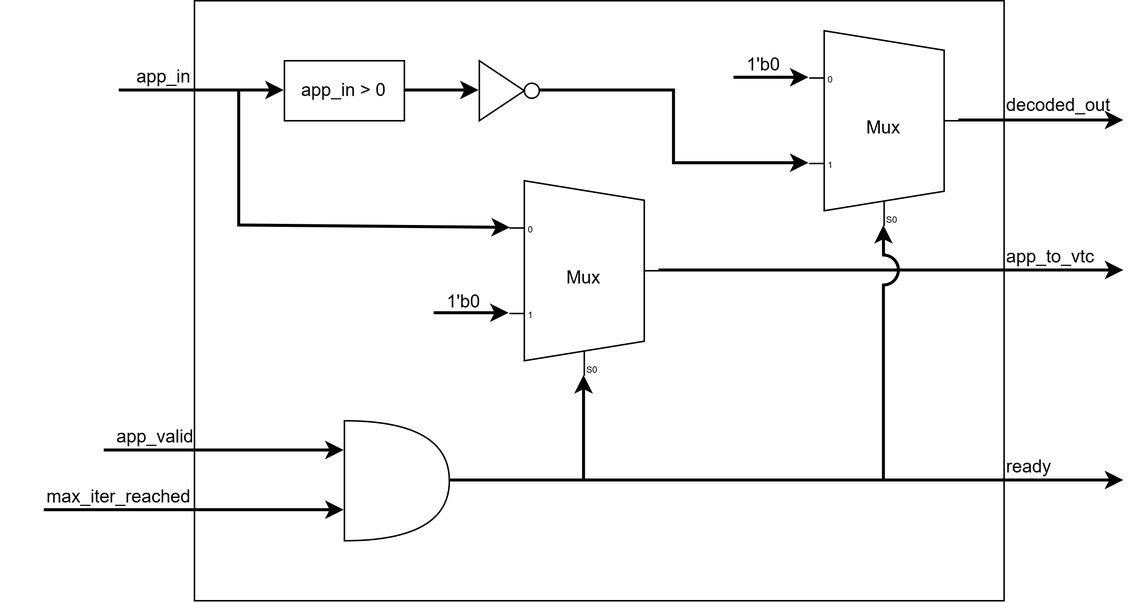
Jacksurfer2005/SummerInternshipPorject keeps this draw.io diagram as images/Operating Mode Selection.png. Above is the earlier version. Source tidied: cells renumbered, new cells last; positions are measured from the earlier drawing's top-left corner, leaving out a move shared by most shapes. Its diagram source:
```xml
<mxGraphModel>
  <root>
    <mxCell id="0" />
    <mxCell id="1" parent="0" />
    <mxCell id="2" style="edgeStyle=orthogonalEdgeStyle;shape=connector;rounded=0;jettySize=auto;html=1;strokeColor=default;strokeWidth=2;align=center;verticalAlign=middle;fontFamily=Helvetica;fontSize=12;fontColor=default;labelBackgroundColor=default;endArrow=classic;" parent="1" edge="1" source="3">
      <mxGeometry relative="1" as="geometry">
        <mxPoint x="750" y="320" as="targetPoint" />
      </mxGeometry>
    </mxCell>
    <mxCell id="3" style="shape=or;whiteSpace=wrap;html=1;shapeInside=1;fillColor=none;" parent="1" vertex="1">
      <mxGeometry x="230" y="280" width="70" height="80" as="geometry" />
    </mxCell>
    <mxCell id="4" value="app_valid" style="text;whiteSpace=wrap;html=1;align=right;verticalAlign=top;spacing=0;spacingBottom=1;spacingTop=-1;" parent="1" vertex="1">
      <mxGeometry x="50" y="280" width="80" height="40" as="geometry" />
    </mxCell>
    <mxCell id="5" value="max_iter_reached" style="text;whiteSpace=wrap;html=1;align=right;verticalAlign=top;spacingTop=-3;" parent="1" vertex="1">
      <mxGeometry y="320" width="130" height="40" as="geometry" />
    </mxCell>
    <mxCell id="6" style="endArrow=classic;html=1;rounded=0;strokeColor=default;strokeWidth=2;align=center;verticalAlign=middle;fontFamily=Helvetica;fontSize=12;fontColor=default;labelBackgroundColor=default;exitX=0.25;exitY=0.5;exitDx=0;exitDy=0;exitPerimeter=0;entryX=0;entryY=0.25;entryDx=0;entryDy=0;entryPerimeter=0;" parent="1" edge="1" source="4" target="3">
      <mxGeometry relative="1" as="geometry" />
    </mxCell>
    <mxCell id="7" style="endArrow=classic;html=1;rounded=0;strokeColor=default;strokeWidth=2;align=center;verticalAlign=middle;fontFamily=Helvetica;fontSize=12;fontColor=default;labelBackgroundColor=default;entryX=0;entryY=0.25;entryDx=0;entryDy=0;entryPerimeter=0;" parent="1" edge="1">
      <mxGeometry relative="1" as="geometry">
        <mxPoint x="30" y="339.8" as="sourcePoint" />
        <mxPoint x="230" y="339.8" as="targetPoint" />
      </mxGeometry>
    </mxCell>
    <mxCell id="8" value="Mux" style="shadow=0;dashed=0;align=center;html=1;strokeWidth=1;shape=mxgraph.electrical.abstract.mux2;whiteSpace=wrap;fillColor=none;" parent="1" vertex="1">
      <mxGeometry x="340" y="120" width="100" height="130" as="geometry" />
    </mxCell>
    <mxCell id="9" style="endArrow=classic;html=1;rounded=0;strokeColor=default;strokeWidth=2;align=center;verticalAlign=middle;fontFamily=Helvetica;fontSize=12;fontColor=default;labelBackgroundColor=default;entryX=0;entryY=0.6576923076923077;entryDx=0;entryDy=3;entryPerimeter=0;" parent="1" edge="1" target="8">
      <mxGeometry relative="1" as="geometry">
        <mxPoint x="290" y="208.5" as="sourcePoint" />
      </mxGeometry>
    </mxCell>
    <mxCell id="10" value="1'b0" style="text;html=1;whiteSpace=wrap;strokeColor=none;fillColor=none;align=center;verticalAlign=middle;rounded=0;spacingTop=-8;" parent="1" vertex="1">
      <mxGeometry x="280" y="190" width="60" height="30" as="geometry" />
    </mxCell>
    <mxCell id="11" style="endArrow=classic;html=1;rounded=0;strokeColor=default;strokeWidth=2;align=center;verticalAlign=middle;fontFamily=Helvetica;fontSize=12;fontColor=default;labelBackgroundColor=default;entryX=0.009;entryY=0.243;entryDx=0;entryDy=0;entryPerimeter=0;" parent="1" edge="1" target="8">
      <mxGeometry relative="1" as="geometry">
        <mxPoint x="160" y="60" as="sourcePoint" />
        <Array as="points">
          <mxPoint x="160" y="110" />
          <mxPoint x="160" y="130" />
          <mxPoint x="160" y="150" />
        </Array>
      </mxGeometry>
    </mxCell>
    <mxCell id="12" value="app_in" style="text;html=1;whiteSpace=wrap;strokeColor=none;fillColor=none;align=right;verticalAlign=middle;rounded=0;spacingTop=-8;" parent="1" vertex="1">
      <mxGeometry x="70" y="40" width="60" height="30" as="geometry" />
    </mxCell>
    <mxCell id="13" style="endArrow=classic;html=1;rounded=0;strokeColor=default;strokeWidth=2;align=center;verticalAlign=middle;fontFamily=Helvetica;fontSize=12;fontColor=default;labelBackgroundColor=default;entryX=0.4;entryY=1;entryDx=10;entryDy=0;entryPerimeter=0;" parent="1" edge="1" target="8">
      <mxGeometry relative="1" as="geometry">
        <mxPoint x="390" y="320" as="sourcePoint" />
      </mxGeometry>
    </mxCell>
    <mxCell id="14" style="edgeStyle=orthogonalEdgeStyle;shape=connector;rounded=0;jettySize=auto;html=1;entryX=0;entryY=0.5;entryDx=0;entryDy=0;strokeColor=default;strokeWidth=2;align=center;verticalAlign=middle;fontFamily=Helvetica;fontSize=12;fontColor=default;labelBackgroundColor=default;endArrow=classic;" parent="1" edge="1" source="15" target="22">
      <mxGeometry relative="1" as="geometry" />
    </mxCell>
    <mxCell id="15" value="app_in &amp;gt; 0" style="rounded=0;whiteSpace=wrap;html=1;fillColor=none;" parent="1" vertex="1">
      <mxGeometry x="190" y="40" width="80" height="40" as="geometry" />
    </mxCell>
    <mxCell id="16" style="endArrow=classic;html=1;rounded=0;strokeColor=default;strokeWidth=2;align=center;verticalAlign=middle;fontFamily=Helvetica;fontSize=12;fontColor=default;labelBackgroundColor=default;entryX=0;entryY=0.5;entryDx=0;entryDy=0;exitX=0.167;exitY=0.667;exitDx=0;exitDy=0;exitPerimeter=0;" parent="1" edge="1" source="12" target="15">
      <mxGeometry relative="1" as="geometry" />
    </mxCell>
    <mxCell id="17" value="Mux" style="shadow=0;dashed=0;align=center;html=1;strokeWidth=1;shape=mxgraph.electrical.abstract.mux2;whiteSpace=wrap;fillColor=none;" parent="1" vertex="1">
      <mxGeometry x="540" y="20" width="100" height="130" as="geometry" />
    </mxCell>
    <mxCell id="18" style="endArrow=classic;html=1;rounded=0;strokeColor=default;strokeWidth=2;align=center;verticalAlign=middle;fontFamily=Helvetica;fontSize=12;fontColor=default;labelBackgroundColor=default;entryX=0;entryY=0.21923076923076923;entryDx=0;entryDy=3;entryPerimeter=0;" parent="1" edge="1" target="17">
      <mxGeometry relative="1" as="geometry">
        <mxPoint x="490" y="51.5" as="sourcePoint" />
      </mxGeometry>
    </mxCell>
    <mxCell id="19" value="1'b0" style="text;html=1;whiteSpace=wrap;strokeColor=none;fillColor=none;align=center;verticalAlign=middle;rounded=0;spacingTop=-5;" parent="1" vertex="1">
      <mxGeometry x="480" y="30" width="60" height="30" as="geometry" />
    </mxCell>
    <mxCell id="20" style="endArrow=classic;html=1;rounded=0;strokeColor=default;strokeWidth=2;align=center;verticalAlign=middle;fontFamily=Helvetica;fontSize=12;fontColor=default;labelBackgroundColor=default;exitX=1;exitY=0.5;exitDx=0;exitDy=-5;exitPerimeter=0;" parent="1" edge="1" source="8">
      <mxGeometry relative="1" as="geometry">
        <mxPoint x="750" y="180" as="targetPoint" />
      </mxGeometry>
    </mxCell>
    <mxCell id="21" style="endArrow=classic;html=1;rounded=0;strokeColor=default;strokeWidth=2;align=center;verticalAlign=middle;fontFamily=Helvetica;fontSize=12;fontColor=default;labelBackgroundColor=default;exitX=1;exitY=0.5;exitDx=0;exitDy=-5;exitPerimeter=0;" parent="1" edge="1" source="17">
      <mxGeometry relative="1" as="geometry">
        <mxPoint x="750" y="80" as="targetPoint" />
      </mxGeometry>
    </mxCell>
    <mxCell id="22" style="triangle;whiteSpace=wrap;html=1;shapeInside=1;fillColor=none;" parent="1" vertex="1">
      <mxGeometry x="320" y="40" width="30" height="40" as="geometry" />
    </mxCell>
    <mxCell id="23" style="ellipse;whiteSpace=wrap;html=1;shapeInside=1;fillColor=none;" parent="1" vertex="1">
      <mxGeometry x="350" y="55" width="10" height="10" as="geometry" />
    </mxCell>
    <mxCell id="24" style="edgeStyle=orthogonalEdgeStyle;shape=connector;rounded=0;jettySize=auto;html=1;entryX=0;entryY=0.6576923076923077;entryDx=0;entryDy=3;entryPerimeter=0;strokeColor=default;strokeWidth=2;align=center;verticalAlign=middle;fontFamily=Helvetica;fontSize=12;fontColor=default;labelBackgroundColor=default;endArrow=classic;" parent="1" edge="1" source="23" target="17">
      <mxGeometry relative="1" as="geometry" />
    </mxCell>
    <mxCell id="25" value="decoded_out" style="text;html=1;whiteSpace=wrap;strokeColor=none;fillColor=none;align=left;verticalAlign=middle;rounded=0;" parent="1" vertex="1">
      <mxGeometry x="670" y="55" width="60" height="30" as="geometry" />
    </mxCell>
    <mxCell id="26" value="Lớp không có tiêu đề" parent="0" />
    <mxCell id="27" style="endArrow=none;html=1;rounded=0;strokeColor=default;strokeWidth=2;align=center;verticalAlign=middle;fontFamily=Helvetica;fontSize=12;fontColor=default;labelBackgroundColor=default;" parent="26" edge="1">
      <mxGeometry relative="1" as="geometry">
        <mxPoint x="590" y="320" as="sourcePoint" />
        <mxPoint x="590" y="190" as="targetPoint" />
      </mxGeometry>
    </mxCell>
    <mxCell id="28" style="verticalLabelPosition=bottom;verticalAlign=top;html=1;shape=mxgraph.basic.arc;startAngle=0.735714542894766;endAngle=0.26428545710523405;rotation=90;strokeWidth=2;" parent="26" vertex="1">
      <mxGeometry x="580" y="170" width="20" height="20" as="geometry" />
    </mxCell>
    <mxCell id="29" style="endArrow=classic;html=1;rounded=0;strokeColor=default;strokeWidth=2;align=center;verticalAlign=middle;fontFamily=Helvetica;fontSize=12;fontColor=default;labelBackgroundColor=default;exitX=-0.006;exitY=0.497;exitDx=0;exitDy=0;exitPerimeter=0;entryX=0.4;entryY=1;entryDx=10;entryDy=0;entryPerimeter=0;" parent="26" edge="1" source="28" target="17">
      <mxGeometry relative="1" as="geometry" />
    </mxCell>
    <mxCell id="30" style="rounded=0;whiteSpace=wrap;html=1;fillColor=none;" parent="26" vertex="1">
      <mxGeometry x="130" width="540" height="400" as="geometry" />
    </mxCell>
    <mxCell id="31" value="app_to_vtc" style="text;html=1;whiteSpace=wrap;strokeColor=none;fillColor=none;align=left;verticalAlign=bottom;rounded=0;" parent="26" vertex="1">
      <mxGeometry x="670" y="150" width="60" height="30" as="geometry" />
    </mxCell>
    <mxCell id="32" value="ready" style="text;html=1;whiteSpace=wrap;strokeColor=none;fillColor=none;align=left;verticalAlign=bottom;rounded=0;" parent="26" vertex="1">
      <mxGeometry x="670" y="290" width="60" height="30" as="geometry" />
    </mxCell>
  </root>
</mxGraphModel>
```
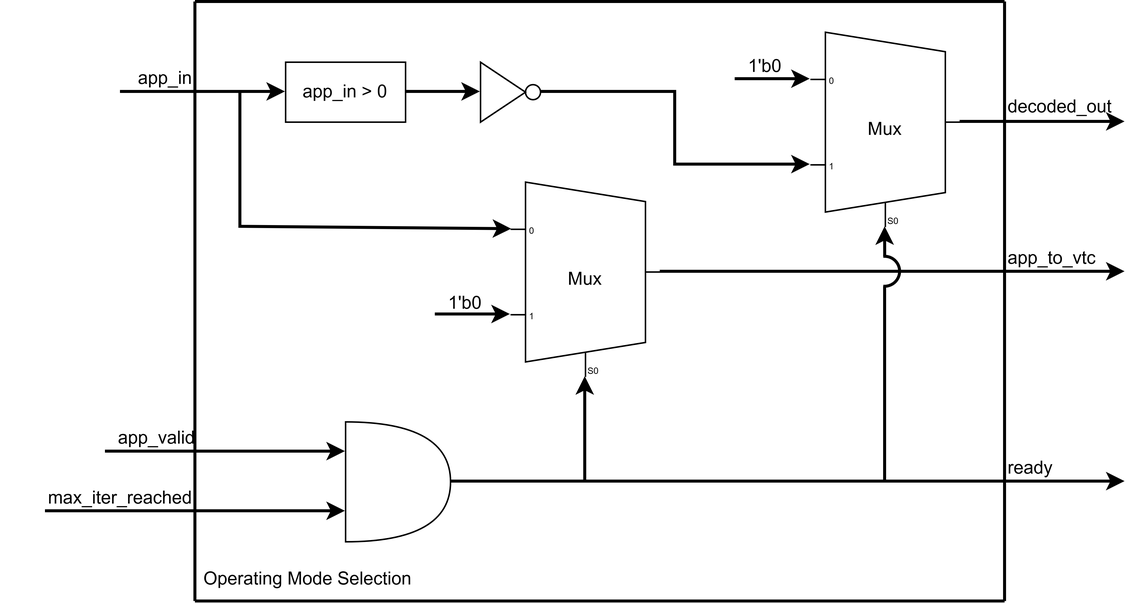
Above is the later version.

Change to the diagram source:
```diff
@@ -96,6 +96,33 @@
     <mxCell id="25" value="decoded_out" style="text;html=1;whiteSpace=wrap;strokeColor=none;fillColor=none;align=left;verticalAlign=middle;rounded=0;" parent="1" vertex="1">
       <mxGeometry x="670" y="55" width="60" height="30" as="geometry" />
     </mxCell>
+    <mxCell id="33" style="endArrow=none;html=1;rounded=0;strokeColor=default;strokeWidth=2;align=center;verticalAlign=middle;fontFamily=Helvetica;fontSize=12;fontColor=default;labelBackgroundColor=default;" parent="1" edge="1">
+      <mxGeometry relative="1" as="geometry">
+        <mxPoint x="130" y="400" as="sourcePoint" />
+        <mxPoint x="670" y="400" as="targetPoint" />
+      </mxGeometry>
+    </mxCell>
+    <mxCell id="34" style="endArrow=none;html=1;rounded=0;strokeColor=default;strokeWidth=2;align=center;verticalAlign=middle;fontFamily=Helvetica;fontSize=12;fontColor=default;labelBackgroundColor=default;" parent="1" edge="1">
+      <mxGeometry relative="1" as="geometry">
+        <mxPoint x="130" as="sourcePoint" />
+        <mxPoint x="670" as="targetPoint" />
+      </mxGeometry>
+    </mxCell>
+    <mxCell id="35" style="endArrow=none;html=1;rounded=0;strokeColor=default;strokeWidth=2;align=center;verticalAlign=middle;fontFamily=Helvetica;fontSize=12;fontColor=default;labelBackgroundColor=default;" parent="1" edge="1">
+      <mxGeometry relative="1" as="geometry">
+        <mxPoint x="130" y="400" as="sourcePoint" />
+        <mxPoint x="130" as="targetPoint" />
+      </mxGeometry>
+    </mxCell>
+    <mxCell id="36" style="endArrow=none;html=1;rounded=0;strokeColor=default;strokeWidth=2;align=center;verticalAlign=middle;fontFamily=Helvetica;fontSize=12;fontColor=default;labelBackgroundColor=default;" parent="1" edge="1">
+      <mxGeometry relative="1" as="geometry">
+        <mxPoint x="670" y="400" as="sourcePoint" />
+        <mxPoint x="670" as="targetPoint" />
+      </mxGeometry>
+    </mxCell>
+    <mxCell id="37" value="Operating Mode Selection" style="text;html=1;whiteSpace=wrap;strokeColor=none;fillColor=none;align=center;verticalAlign=middle;rounded=0;fontFamily=Helvetica;fontSize=12;fontColor=default;fontStyle=0;" parent="1" vertex="1">
+      <mxGeometry x="130" y="370" width="150" height="30" as="geometry" />
+    </mxCell>
     <mxCell id="26" value="Lớp không có tiêu đề" parent="0" />
     <mxCell id="27" style="endArrow=none;html=1;rounded=0;strokeColor=default;strokeWidth=2;align=center;verticalAlign=middle;fontFamily=Helvetica;fontSize=12;fontColor=default;labelBackgroundColor=default;" parent="26" edge="1">
       <mxGeometry relative="1" as="geometry">
@@ -109,9 +136,6 @@
     <mxCell id="29" style="endArrow=classic;html=1;rounded=0;strokeColor=default;strokeWidth=2;align=center;verticalAlign=middle;fontFamily=Helvetica;fontSize=12;fontColor=default;labelBackgroundColor=default;exitX=-0.006;exitY=0.497;exitDx=0;exitDy=0;exitPerimeter=0;entryX=0.4;entryY=1;entryDx=10;entryDy=0;entryPerimeter=0;" parent="26" edge="1" source="28" target="17">
       <mxGeometry relative="1" as="geometry" />
     </mxCell>
-    <mxCell id="30" style="rounded=0;whiteSpace=wrap;html=1;fillColor=none;" parent="26" vertex="1">
-      <mxGeometry x="130" width="540" height="400" as="geometry" />
-    </mxCell>
     <mxCell id="31" value="app_to_vtc" style="text;html=1;whiteSpace=wrap;strokeColor=none;fillColor=none;align=left;verticalAlign=bottom;rounded=0;" parent="26" vertex="1">
       <mxGeometry x="670" y="150" width="60" height="30" as="geometry" />
     </mxCell>
```
